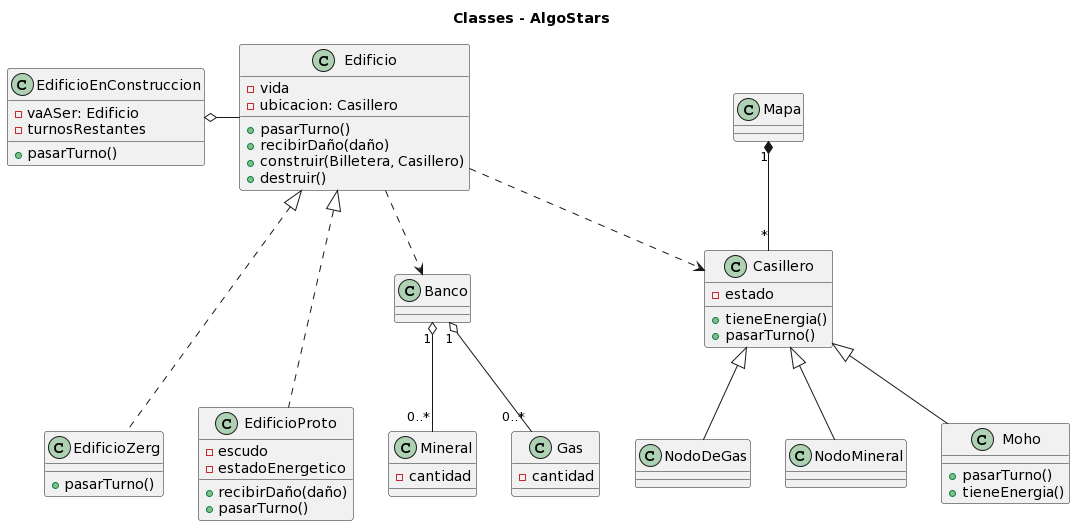
Above: diagrams/classes/edificio.png in m-cabrerar/AlgoStar (PlantUML), before the change.
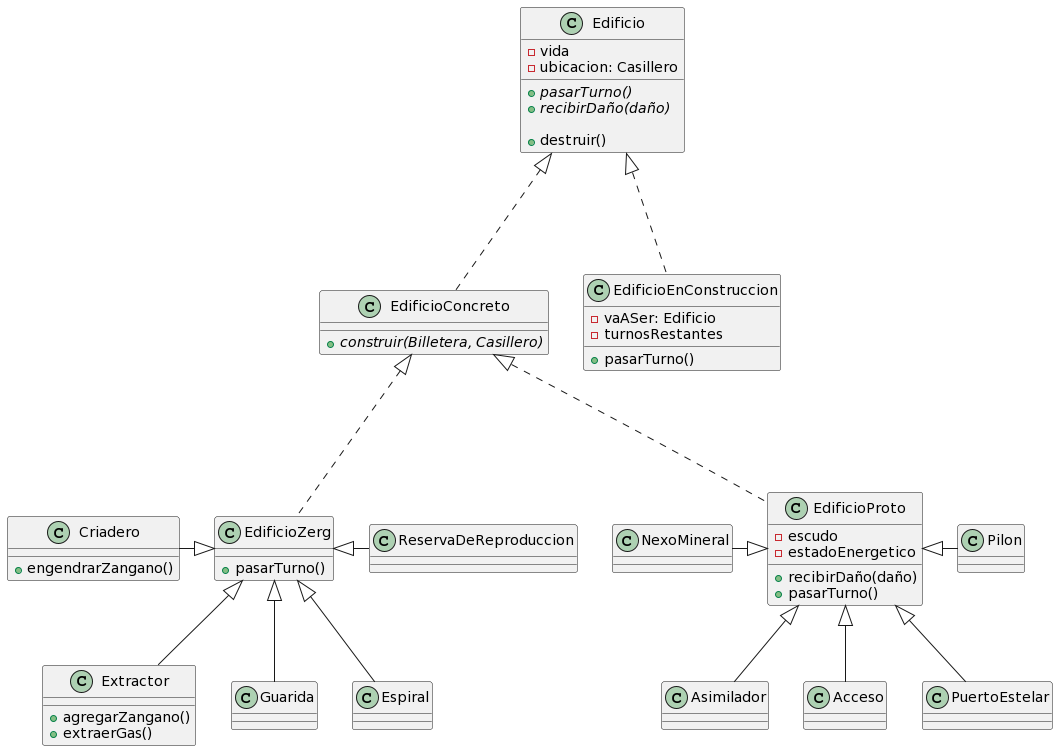
Later version of the same file.

Commit message:
actualización de diagramas de clase

What changed in the source:
```diff
@@ -1,15 +1,16 @@
 @startuml
-title Classes - AlgoStars
-
 class Edificio {
     -vida
     -ubicacion: Casillero
-    + pasarTurno()
-    + recibirDaño(daño)
-    + construir(Billetera, Casillero)
+    + {abstract} pasarTurno()
+    + {abstract} recibirDaño(daño)
+
     + destruir()
 }
 
+class EdificioConcreto{
+ + {abstract} construir(Billetera, Casillero)
+}
 
 class EdificioEnConstruccion {
     - vaASer: Edificio
@@ -28,41 +29,45 @@
     + pasarTurno()
 }
 
-
-Edificio <|... EdificioProto
-Edificio <|... EdificioZerg
-EdificioEnConstruccion o- Edificio
-
-
-class Casillero {
-    + tieneEnergia()
-    + pasarTurno()
-    - estado
+class Criadero {
+ + engendrarZangano()
 }
 
-class Mineral {
-    - cantidad
-}
-class Gas {
-    - cantidad
+class ReservaDeReproduccion {}
+
+class Extractor {
+ + agregarZangano()
+ + extraerGas()
 }
 
-class Moho {
-    + pasarTurno()
-    + tieneEnergia()
-}
+class Guarida {}
 
+class Espiral {}
 
+Criadero -|>  EdificioZerg
+EdificioZerg <|- ReservaDeReproduccion
+EdificioZerg <|-- Extractor
+EdificioZerg <|-- Guarida
+EdificioZerg <|-- Espiral
 
-Casillero <|-- NodoDeGas
-Casillero <|-- Moho
-Casillero <|-- NodoMineral
+class NexoMineral {}
 
-Banco "1" o-- "0..*" Gas
-Banco "1" o-- "0..*" Mineral
+class Pilon {}
 
-Mapa "1" *-- "*" Casillero
+class Asimilador {}
 
-Edificio ..> Banco
-Edificio ..> Casillero
+class Acceso {}
+
+class PuertoEstelar {}
+
+NexoMineral -|> EdificioProto
+EdificioProto <|- Pilon
+EdificioProto <|-- Asimilador
+EdificioProto <|-- Acceso
+EdificioProto <|-- PuertoEstelar
+
+Edificio <|... EdificioConcreto
+Edificio <|... EdificioEnConstruccion
+EdificioConcreto<|... EdificioZerg
+EdificioConcreto<|... EdificioProto
 @enduml
```
